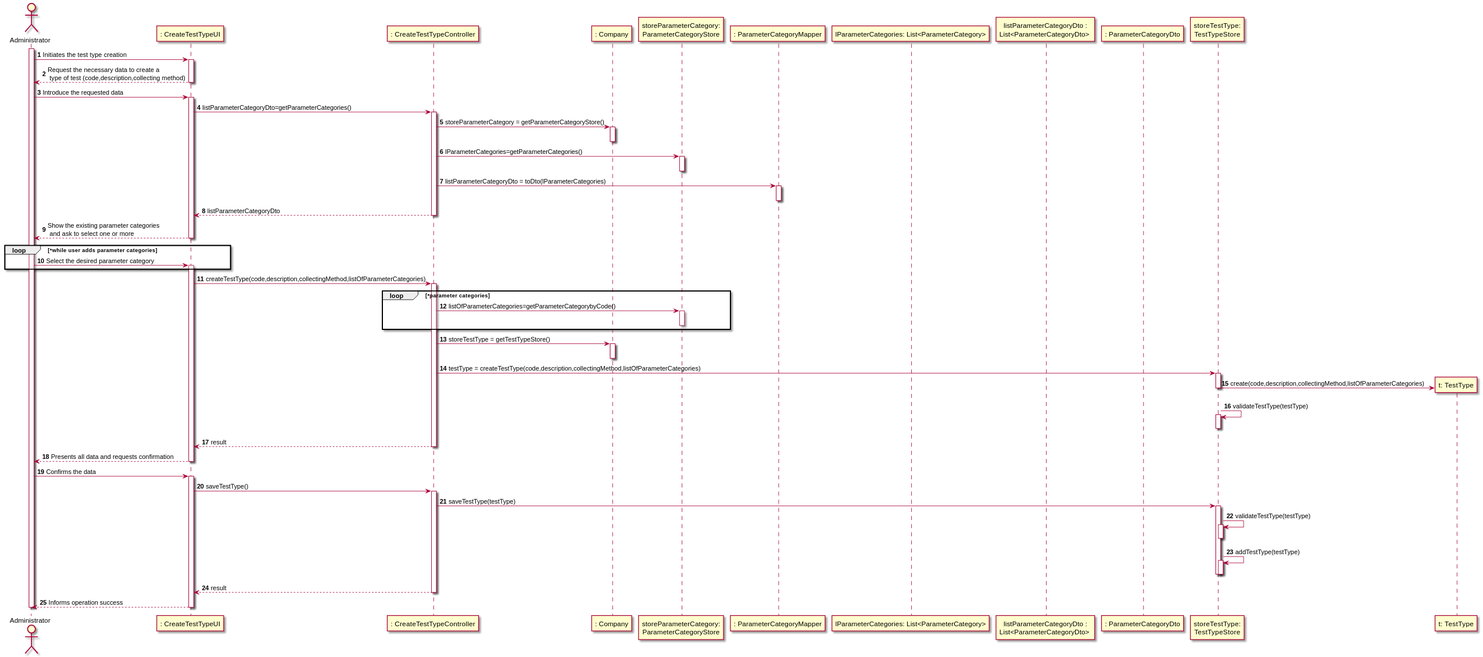
Above: docs/SprintB/US09/US09_SD.svg in manu-07-ela/LAPR2_ISEP (PlantUML), before the change.
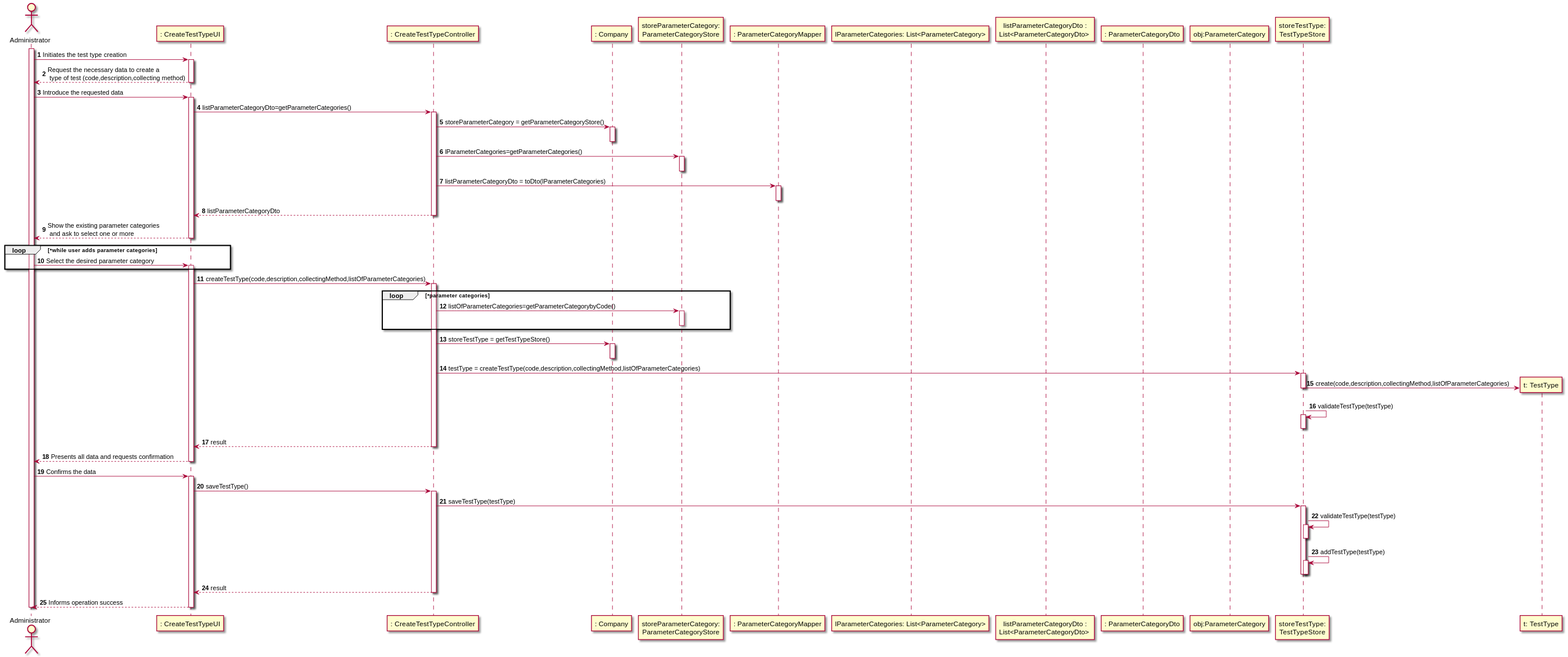
The same diagram one commit later.

Diff of the diagram source:
```diff
@@ -5,11 +5,12 @@
 participant ": CreateTestTypeUI" as UI
 participant ": CreateTestTypeController" as CTRL
 participant ": Company" as Comp
-participant "storeParameterCategory:\nParameterCategoryStore" as PC
+participant "storeParameterCategory:\nParameterCategoryStore" as PCS
 participant ": ParameterCategoryMapper" as MAPPER
 participant "lParameterCategories: List<ParameterCategory>" as LPC
 participant "listParameterCategoryDto :\nList<ParameterCategoryDto> " as LPCDto
 participant ": ParameterCategoryDto" as PCDto
+participant "obj:ParameterCategory" as PC
 participant "storeTestType:\nTestTypeStore" as str
 participant "t: TestType" as TT
 
@@ -26,9 +27,9 @@
 CTRL -> Comp : storeParameterCategory = getParameterCategoryStore()
 activate Comp
 deactivate Comp
-CTRL -> PC : lParameterCategories=getParameterCategories()
-activate PC
-deactivate PC
+CTRL -> PCS : lParameterCategories=getParameterCategories()
+activate PCS
+deactivate PCS
 CTRL -> MAPPER : listParameterCategoryDto = toDto(lParameterCategories)
 activate MAPPER
 
@@ -46,9 +47,9 @@
 activate CTRL
 
 loop *parameter categories
-CTRL -> PC : listOfParameterCategories=getParameterCategorybyCode()
-activate PC
-deactivate PC
+CTRL -> PCS : listOfParameterCategories=getParameterCategorybyCode()
+activate PCS
+deactivate PCS
 end
 CTRL -> Comp : storeTestType = getTestTypeStore()
 activate Comp
```
